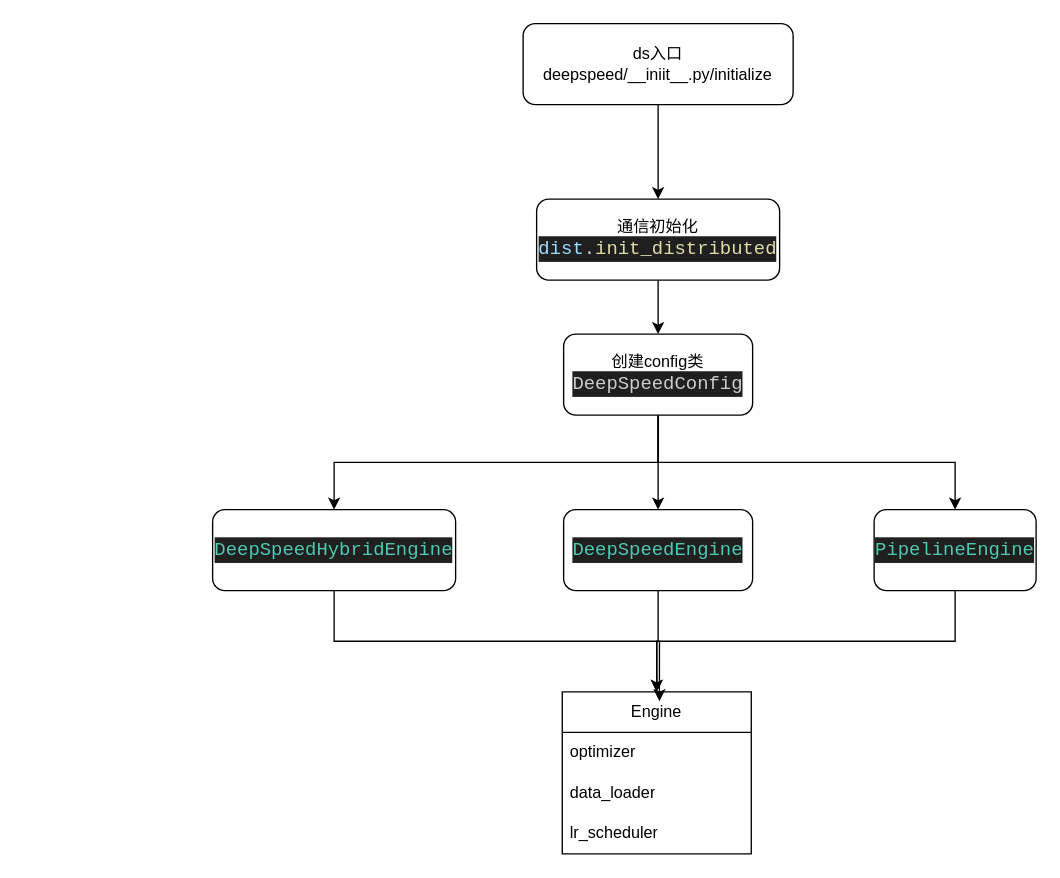
huangZchao/LLM-Notebook keeps this draw.io diagram as page "概览" (2 of 4) of Arch/DeepSpeed/deepspeed分割.drawio. Above is the earlier version. Source tidied: cells renumbered, new cells numbered last; positions are measured from the earlier drawing's top-left corner, leaving out a move shared by most shapes. Both pictures are drawn from the tidied source at 135%, with x=0, y=0 at pixel (212, 23).
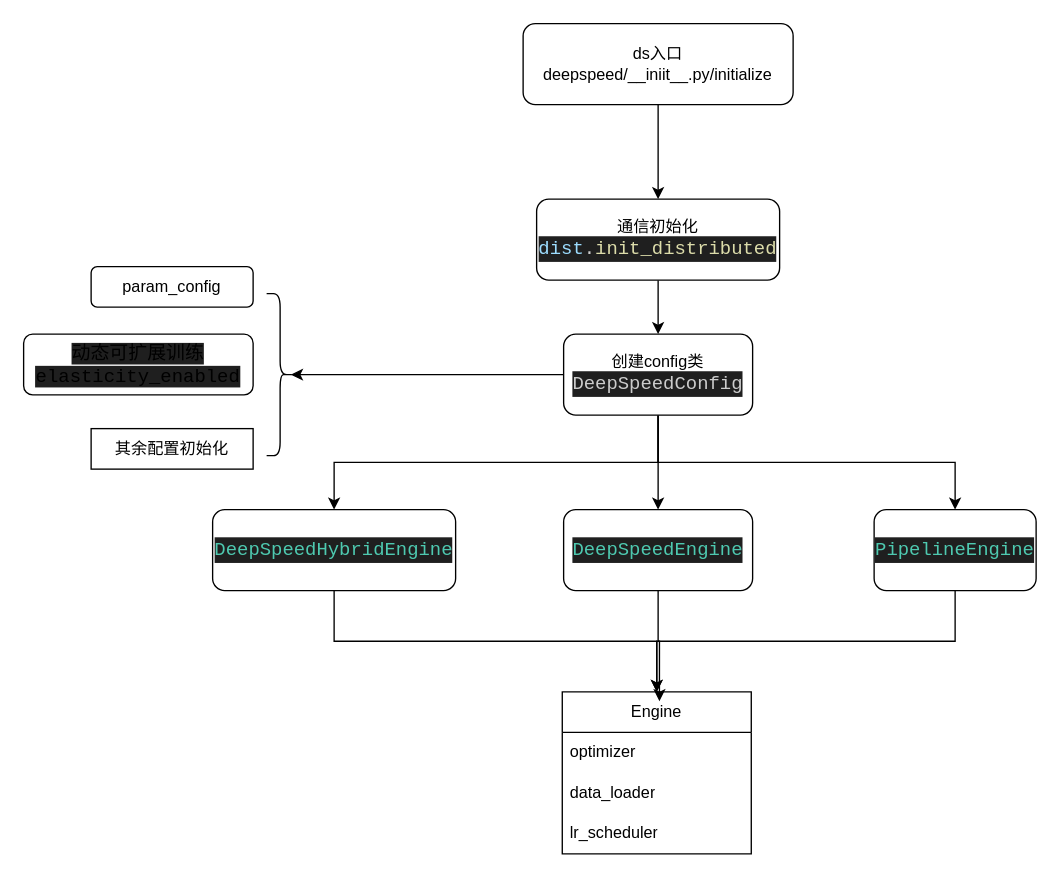
The same diagram, later.

Unchanged cells that the change refers to:
```xml
<mxCell id="19" value="创建config类&lt;div&gt;&lt;div style=&quot;color: rgb(204, 204, 204); background-color: rgb(31, 31, 31); font-family: Consolas, &amp;quot;Courier New&amp;quot;, monospace; font-size: 14px; line-height: 19px; white-space: pre;&quot;&gt;DeepSpeedConfig&lt;/div&gt;&lt;/div&gt;" style="rounded=1;whiteSpace=wrap;html=1;" parent="1" vertex="1">
  <mxGeometry x="260" y="230" width="140" height="60" as="geometry" />
</mxCell>
```

What changed in the source:
```diff
@@
+    <mxCell id="20" style="shape=curlyBracket;whiteSpace=wrap;html=1;rounded=1;flipH=1;labelPosition=right;verticalLabelPosition=middle;align=left;verticalAlign=middle;" parent="1" vertex="1">
+      <mxGeometry x="40" y="200" width="20" height="120" as="geometry" />
+    </mxCell>
+    <mxCell id="21" style="edgeStyle=orthogonalEdgeStyle;rounded=0;jettySize=auto;html=1;exitX=0;exitY=0.5;exitDx=0;exitDy=0;entryX=0.1;entryY=0.5;entryDx=0;entryDy=0;entryPerimeter=0;" parent="1" edge="1" source="19" target="20">
+      <mxGeometry relative="1" as="geometry" />
+    </mxCell>
+    <mxCell id="22" value="param_config" style="rounded=1;whiteSpace=wrap;html=1;" parent="1" vertex="1">
+      <mxGeometry x="-90" y="180" width="120" height="30" as="geometry" />
+    </mxCell>
+    <mxCell id="23" value="&lt;div&gt;&lt;font face=&quot;Consolas, Courier New, monospace&quot;&gt;&lt;span style=&quot;font-size: 14px; white-space: pre; background-color: rgb(31, 31, 31);&quot;&gt;动态可扩展训练&lt;/span&gt;&lt;/font&gt;&lt;/div&gt;&lt;span style=&quot;background-color: rgb(31, 31, 31); font-family: Consolas, &amp;quot;Courier New&amp;quot;, monospace; font-size: 14px; white-space: pre;&quot;&gt;elasticity_enabled&lt;/span&gt;" style="rounded=1;whiteSpace=wrap;html=1;" parent="1" vertex="1">
+      <mxGeometry x="-140" y="230" width="170" height="45" as="geometry" />
+    </mxCell>
+    <mxCell id="24" value="其余配置初始化" style="rounded=0;whiteSpace=wrap;html=1;" parent="1" vertex="1">
+      <mxGeometry x="-90" y="300" width="120" height="30" as="geometry" />
+    </mxCell>
```
